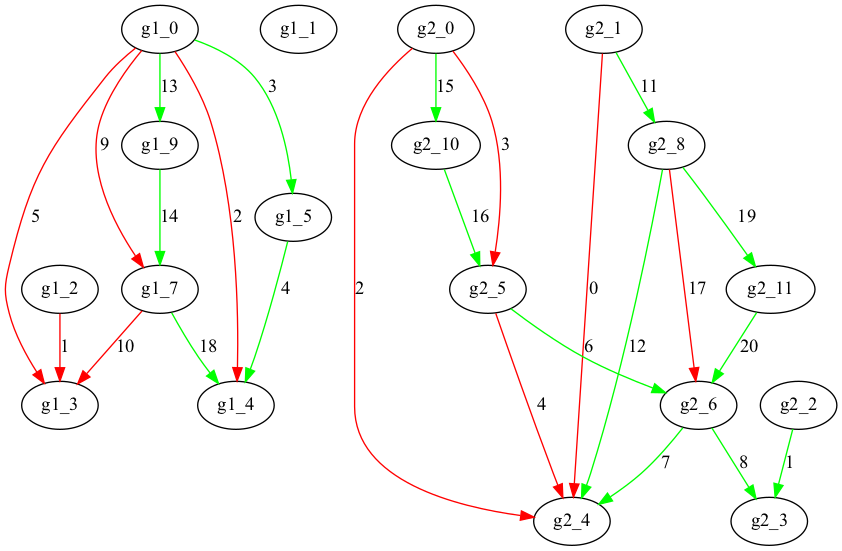
Before: visualizaions/Digraph.gv.png, a diagram exported from Graphviz (RoshanNagaram002/NEAT). Its source is kept beside it as visualizaions/Digraph.gv.
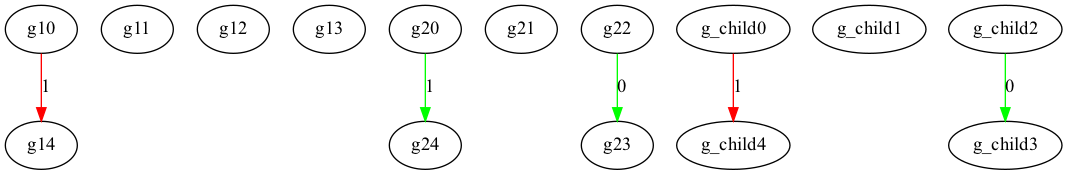
Above is the later version.

The edit, as a diff of the source:
```diff
@@ -1,45 +1,22 @@
 digraph {
-	g1_0 [label=g1_0]
-	g1_1 [label=g1_1]
-	g1_2 [label=g1_2]
-	g1_3 [label=g1_3]
-	g1_4 [label=g1_4]
-	g1_7 [label=g1_7]
-	g1_9 [label=g1_9]
-	g1_5 [label=g1_5]
-	g1_2 -> g1_3 [label=1 color=red]
-	g1_0 -> g1_4 [label=2 color=red]
-	g1_0 -> g1_5 [label=3 color=green]
-	g1_5 -> g1_4 [label=4 color=green]
-	g1_0 -> g1_3 [label=5 color=red]
-	g1_0 -> g1_7 [label=9 color=red]
-	g1_7 -> g1_3 [label=10 color=red]
-	g1_0 -> g1_9 [label=13 color=green]
-	g1_9 -> g1_7 [label=14 color=green]
-	g1_7 -> g1_4 [label=18 color=green]
-	g2_0 [label=g2_0]
-	g2_1 [label=g2_1]
-	g2_2 [label=g2_2]
-	g2_3 [label=g2_3]
-	g2_4 [label=g2_4]
-	g2_5 [label=g2_5]
-	g2_6 [label=g2_6]
-	g2_8 [label=g2_8]
-	g2_10 [label=g2_10]
-	g2_11 [label=g2_11]
-	g2_1 -> g2_4 [label=0 color=red]
-	g2_2 -> g2_3 [label=1 color=green]
-	g2_0 -> g2_4 [label=2 color=red]
-	g2_0 -> g2_5 [label=3 color=red]
-	g2_5 -> g2_4 [label=4 color=red]
-	g2_5 -> g2_6 [label=6 color=green]
-	g2_6 -> g2_4 [label=7 color=green]
-	g2_6 -> g2_3 [label=8 color=green]
-	g2_1 -> g2_8 [label=11 color=green]
-	g2_8 -> g2_4 [label=12 color=green]
-	g2_0 -> g2_10 [label=15 color=green]
-	g2_10 -> g2_5 [label=16 color=green]
-	g2_8 -> g2_6 [label=17 color=red]
-	g2_8 -> g2_11 [label=19 color=green]
-	g2_11 -> g2_6 [label=20 color=green]
+	g10 [label=g10]
+	g11 [label=g11]
+	g12 [label=g12]
+	g13 [label=g13]
+	g14 [label=g14]
+	g10 -> g14 [label=1 color=red]
+	g20 [label=g20]
+	g21 [label=g21]
+	g22 [label=g22]
+	g23 [label=g23]
+	g24 [label=g24]
+	g22 -> g23 [label=0 color=green]
+	g20 -> g24 [label=1 color=green]
+	g_child0 [label=g_child0]
+	g_child1 [label=g_child1]
+	g_child2 [label=g_child2]
+	g_child3 [label=g_child3]
+	g_child4 [label=g_child4]
+	g_child2 -> g_child3 [label=0 color=green]
+	g_child0 -> g_child4 [label=1 color=red]
 }
```
